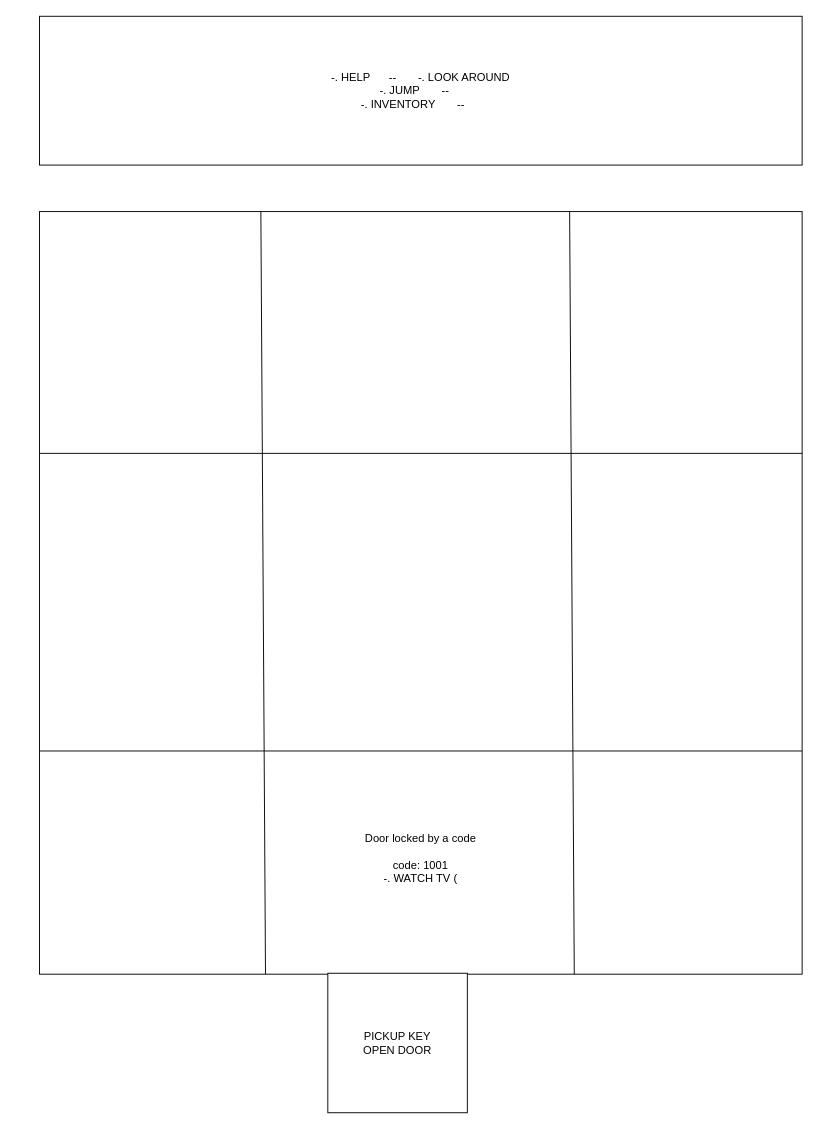
This is schema.dio from LuisRamirezdeVerger/CLIgameTest, a draw.io file, before an edit. Source tidied: cells renumbered, new cells numbered last; positions are measured from the earlier drawing's top-left corner, leaving out a move shared by most shapes. Both pictures are drawn from the tidied source at 93%, with x=0, y=0 at pixel (39, 16).
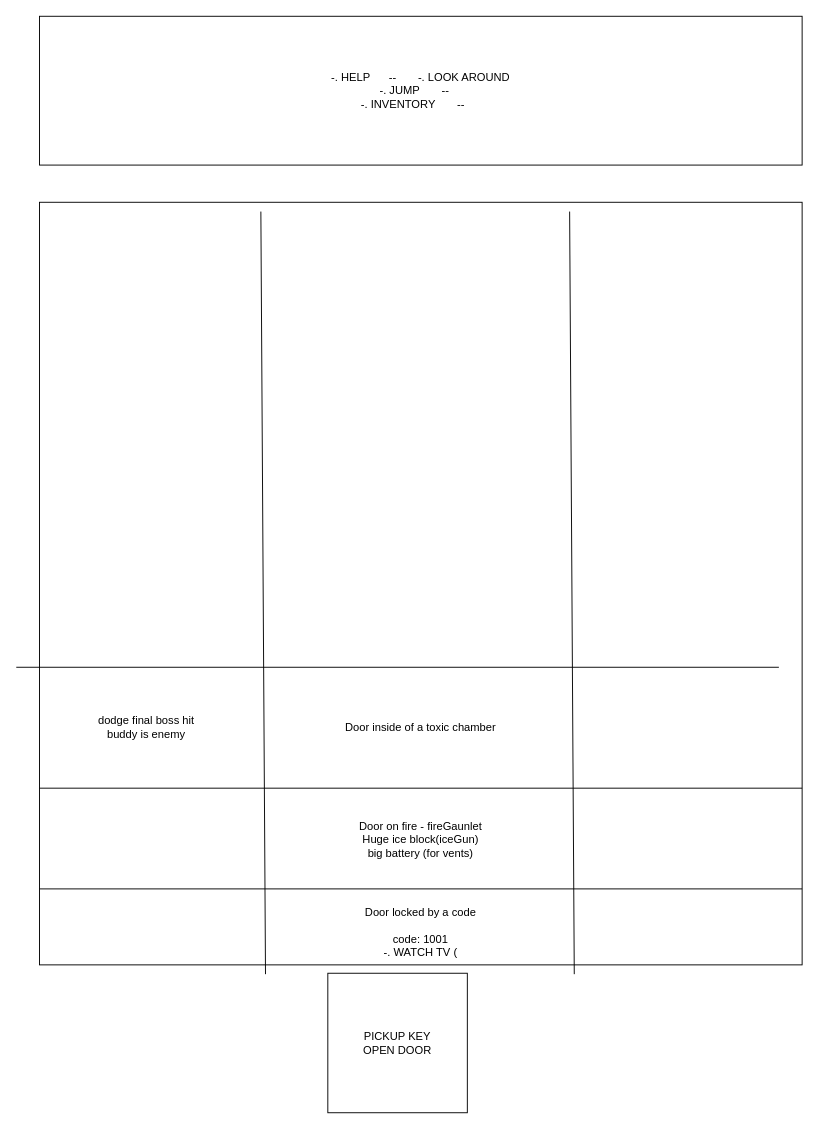
After the change.

What changed in the source:
```diff
@@
 <mxGraphModel>
   <root>
     <mxCell id="0" />
     <mxCell id="1" parent="0" />
     <mxCell id="2" style="whiteSpace=wrap;html=1;" parent="1" vertex="1">
-      <mxGeometry y="210" width="820" height="820" as="geometry" />
+      <mxGeometry y="200" width="820" height="820" as="geometry" />
     </mxCell>
     <mxCell id="3" style="endArrow=none;html=1;exitX=1;exitY=0.25;exitDx=0;exitDy=0;entryX=0;entryY=0.25;entryDx=0;entryDy=0;" parent="1" edge="1">
       <mxGeometry relative="1" as="geometry">
-        <mxPoint x="820" y="470" as="sourcePoint" />
-        <mxPoint y="470" as="targetPoint" />
+        <mxPoint x="795" y="700" as="sourcePoint" />
+        <mxPoint x="-25" y="700" as="targetPoint" />
       </mxGeometry>
     </mxCell>
     <mxCell id="4" style="endArrow=none;html=1;exitX=1;exitY=0.75;exitDx=0;exitDy=0;entryX=0;entryY=0.75;entryDx=0;entryDy=0;" parent="1" edge="1">
       <mxGeometry relative="1" as="geometry">
-        <mxPoint x="820" y="790" as="sourcePoint" />
-        <mxPoint y="790" as="targetPoint" />
+        <mxPoint x="820" y="938.3" as="sourcePoint" />
+        <mxPoint y="938.3" as="targetPoint" />
       </mxGeometry>
     </mxCell>
     <mxCell id="5" style="endArrow=none;html=1;exitX=0.25;exitY=1;exitDx=0;exitDy=0;" parent="1" edge="1">
       <mxGeometry relative="1" as="geometry">
         <mxPoint x="243" y="1030" as="sourcePoint" />
         <mxPoint x="238" y="210" as="targetPoint" />
       </mxGeometry>
     </mxCell>
     <mxCell id="6" style="endArrow=none;html=1;exitX=0.25;exitY=1;exitDx=0;exitDy=0;" parent="1" edge="1">
       <mxGeometry relative="1" as="geometry">
         <mxPoint x="575" y="1030" as="sourcePoint" />
         <mxPoint x="570" y="210" as="targetPoint" />
       </mxGeometry>
     </mxCell>
     <mxCell id="7" value="PICKUP KEY&lt;br&gt;OPEN DOOR" style="whiteSpace=wrap;html=1;" parent="1" vertex="1">
       <mxGeometry x="310" y="1029" width="150" height="150" as="geometry" />
     </mxCell>
     <mxCell id="8" value="-. HELP&amp;nbsp; &amp;nbsp; &amp;nbsp; --&amp;nbsp; &amp;nbsp; &amp;nbsp; &amp;nbsp;-. LOOK AROUND&lt;br&gt;-. JUMP&amp;nbsp; &amp;nbsp; &amp;nbsp; &amp;nbsp;--&amp;nbsp; &amp;nbsp;&amp;nbsp;&lt;br&gt;-. INVENTORY&amp;nbsp; &amp;nbsp; &amp;nbsp; &amp;nbsp;--&amp;nbsp; &amp;nbsp; &amp;nbsp;" style="rounded=0;whiteSpace=wrap;html=1;" parent="1" vertex="1">
       <mxGeometry width="820" height="160" as="geometry" />
     </mxCell>
     <mxCell id="9" value="Door locked by a code&lt;br&gt;&lt;br&gt;code: 1001&lt;br&gt;-. WATCH TV (" style="text;html=1;strokeColor=none;fillColor=none;align=center;verticalAlign=middle;whiteSpace=wrap;rounded=0;" parent="1" vertex="1">
-      <mxGeometry x="260" y="810" width="300" height="190" as="geometry" />
+      <mxGeometry x="260" y="940" width="300" height="90" as="geometry" />
     </mxCell>
+    <mxCell id="10" style="endArrow=none;html=1;exitX=1;exitY=0.25;exitDx=0;exitDy=0;entryX=0;entryY=0.25;entryDx=0;entryDy=0;" parent="1" edge="1">
+      <mxGeometry relative="1" as="geometry">
+        <mxPoint x="820" y="830" as="sourcePoint" />
+        <mxPoint y="830" as="targetPoint" />
+      </mxGeometry>
+    </mxCell>
+    <mxCell id="11" value="Door on fire - fireGaunlet&lt;br&gt;Huge ice block(iceGun)&lt;br&gt;big battery (for vents)" style="text;html=1;strokeColor=none;fillColor=none;align=center;verticalAlign=middle;whiteSpace=wrap;rounded=0;" parent="1" vertex="1">
+      <mxGeometry x="260" y="840" width="300" height="90" as="geometry" />
+    </mxCell>
+    <mxCell id="12" value="Door inside of a toxic chamber" style="text;html=1;strokeColor=none;fillColor=none;align=center;verticalAlign=middle;whiteSpace=wrap;rounded=0;" parent="1" vertex="1">
+      <mxGeometry x="260" y="720" width="300" height="90" as="geometry" />
+    </mxCell>
+    <mxCell id="13" value="dodge final boss hit&lt;br&gt;buddy is enemy" style="text;html=1;strokeColor=none;fillColor=none;align=center;verticalAlign=middle;whiteSpace=wrap;rounded=0;" parent="1" vertex="1">
+      <mxGeometry x="30" y="720" width="170" height="90" as="geometry" />
+    </mxCell>
   </root>
 </mxGraphModel>
```
